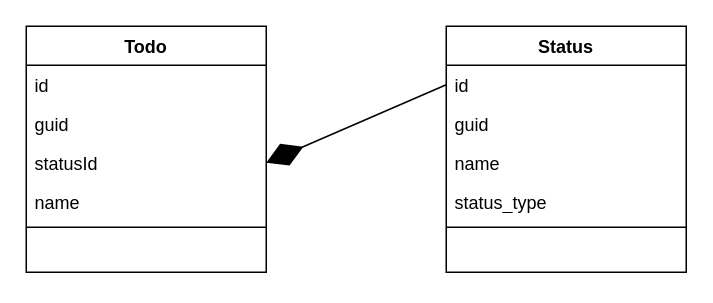
Earlier version of the draw.io diagram src/YatodoModel.drawio (jamesclair/yatodo). Source tidied: cells renumbered, new cells numbered last; positions are measured from the earlier drawing's top-left corner, leaving out a move shared by most shapes. Both pictures are drawn from the tidied source at 150%, with x=0, y=0 at pixel (26, 26).
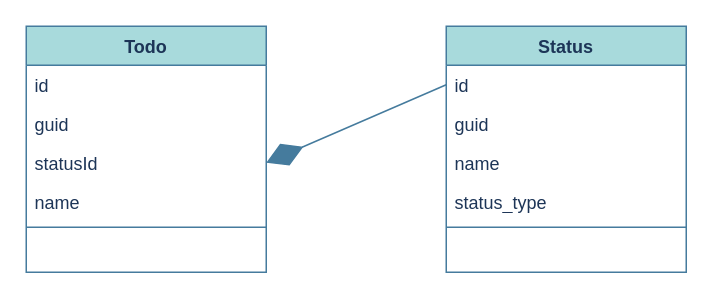
The same diagram, later.

Change to the diagram source:
```diff
@@
 <mxGraphModel>
   <root>
     <mxCell id="0" />
     <mxCell id="1" parent="0" />
-    <mxCell id="2" value="Todo" style="swimlane;fontStyle=1;align=center;verticalAlign=top;horizontal=1;startSize=26;whiteSpace=wrap;html=1;" parent="1" vertex="1">
+    <mxCell id="2" value="Todo" style="swimlane;fontStyle=1;align=center;verticalAlign=top;horizontal=1;startSize=26;whiteSpace=wrap;html=1;labelBackgroundColor=none;fillColor=#A8DADC;strokeColor=#457B9D;fontColor=#1D3557;" parent="1" vertex="1">
       <mxGeometry width="160" height="164" as="geometry" />
     </mxCell>
-    <mxCell id="3" value="id" style="text;strokeColor=none;fillColor=none;align=left;verticalAlign=top;spacingLeft=4;spacingRight=4;overflow=hidden;whiteSpace=wrap;html=1;" parent="2" vertex="1">
+    <mxCell id="3" value="id" style="text;strokeColor=none;fillColor=none;align=left;verticalAlign=top;spacingLeft=4;spacingRight=4;overflow=hidden;whiteSpace=wrap;html=1;labelBackgroundColor=none;fontColor=#1D3557;" parent="2" vertex="1">
       <mxGeometry y="26" width="160" height="26" as="geometry" />
     </mxCell>
-    <mxCell id="4" value="guid" style="text;strokeColor=none;fillColor=none;align=left;verticalAlign=top;spacingLeft=4;spacingRight=4;overflow=hidden;whiteSpace=wrap;html=1;" parent="2" vertex="1">
+    <mxCell id="4" value="guid" style="text;strokeColor=none;fillColor=none;align=left;verticalAlign=top;spacingLeft=4;spacingRight=4;overflow=hidden;whiteSpace=wrap;html=1;labelBackgroundColor=none;fontColor=#1D3557;" parent="2" vertex="1">
       <mxGeometry y="52" width="160" height="26" as="geometry" />
     </mxCell>
-    <mxCell id="5" value="statusId" style="text;strokeColor=none;fillColor=none;align=left;verticalAlign=top;spacingLeft=4;spacingRight=4;overflow=hidden;points=[[0,0.5],[1,0.5]];portConstraint=eastwest;whiteSpace=wrap;html=1;" parent="2" vertex="1">
+    <mxCell id="5" value="statusId" style="text;strokeColor=none;fillColor=none;align=left;verticalAlign=top;spacingLeft=4;spacingRight=4;overflow=hidden;points=[[0,0.5],[1,0.5]];portConstraint=eastwest;whiteSpace=wrap;html=1;labelBackgroundColor=none;fontColor=#1D3557;" parent="2" vertex="1">
       <mxGeometry y="78" width="160" height="26" as="geometry" />
     </mxCell>
-    <mxCell id="6" value="name" style="text;strokeColor=none;fillColor=none;align=left;verticalAlign=top;spacingLeft=4;spacingRight=4;overflow=hidden;whiteSpace=wrap;html=1;" parent="2" vertex="1">
+    <mxCell id="6" value="name" style="text;strokeColor=none;fillColor=none;align=left;verticalAlign=top;spacingLeft=4;spacingRight=4;overflow=hidden;whiteSpace=wrap;html=1;labelBackgroundColor=none;fontColor=#1D3557;" parent="2" vertex="1">
       <mxGeometry y="104" width="160" height="26" as="geometry" />
     </mxCell>
-    <mxCell id="7" style="line;strokeWidth=1;fillColor=none;align=left;verticalAlign=middle;spacingTop=-1;spacingLeft=3;spacingRight=3;labelPosition=right;strokeColor=inherit;" parent="2" vertex="1">
+    <mxCell id="7" style="line;strokeWidth=1;fillColor=none;align=left;verticalAlign=middle;spacingTop=-1;spacingLeft=3;spacingRight=3;labelPosition=right;strokeColor=#457B9D;labelBackgroundColor=none;fontColor=#1D3557;" parent="2" vertex="1">
       <mxGeometry y="130" width="160" height="8" as="geometry" />
     </mxCell>
-    <mxCell id="8" value="&amp;nbsp;" style="text;strokeColor=none;fillColor=none;align=left;verticalAlign=top;spacingLeft=4;spacingRight=4;overflow=hidden;whiteSpace=wrap;html=1;" parent="2" vertex="1">
+    <mxCell id="8" value="&amp;nbsp;" style="text;strokeColor=none;fillColor=none;align=left;verticalAlign=top;spacingLeft=4;spacingRight=4;overflow=hidden;whiteSpace=wrap;html=1;labelBackgroundColor=none;fontColor=#1D3557;" parent="2" vertex="1">
       <mxGeometry y="138" width="160" height="26" as="geometry" />
     </mxCell>
-    <mxCell id="9" value="Status" style="swimlane;fontStyle=1;align=center;verticalAlign=top;horizontal=1;startSize=26;whiteSpace=wrap;html=1;" parent="1" vertex="1">
+    <mxCell id="9" value="Status" style="swimlane;fontStyle=1;align=center;verticalAlign=top;horizontal=1;startSize=26;whiteSpace=wrap;html=1;labelBackgroundColor=none;fillColor=#A8DADC;strokeColor=#457B9D;fontColor=#1D3557;" parent="1" vertex="1">
       <mxGeometry x="280" width="160" height="164" as="geometry" />
     </mxCell>
-    <mxCell id="10" value="id" style="text;strokeColor=none;fillColor=none;align=left;verticalAlign=top;spacingLeft=4;spacingRight=4;overflow=hidden;points=[[0,0.5],[1,0.5]];portConstraint=eastwest;whiteSpace=wrap;html=1;" parent="9" vertex="1">
+    <mxCell id="10" value="id" style="text;strokeColor=none;fillColor=none;align=left;verticalAlign=top;spacingLeft=4;spacingRight=4;overflow=hidden;points=[[0,0.5],[1,0.5]];portConstraint=eastwest;whiteSpace=wrap;html=1;labelBackgroundColor=none;fontColor=#1D3557;" parent="9" vertex="1">
       <mxGeometry y="26" width="160" height="26" as="geometry" />
     </mxCell>
-    <mxCell id="11" value="guid" style="text;strokeColor=none;fillColor=none;align=left;verticalAlign=top;spacingLeft=4;spacingRight=4;overflow=hidden;whiteSpace=wrap;html=1;" parent="9" vertex="1">
+    <mxCell id="11" value="guid" style="text;strokeColor=none;fillColor=none;align=left;verticalAlign=top;spacingLeft=4;spacingRight=4;overflow=hidden;whiteSpace=wrap;html=1;labelBackgroundColor=none;fontColor=#1D3557;" parent="9" vertex="1">
       <mxGeometry y="52" width="160" height="26" as="geometry" />
     </mxCell>
-    <mxCell id="12" value="name" style="text;strokeColor=none;fillColor=none;align=left;verticalAlign=top;spacingLeft=4;spacingRight=4;overflow=hidden;whiteSpace=wrap;html=1;" parent="9" vertex="1">
+    <mxCell id="12" value="name" style="text;strokeColor=none;fillColor=none;align=left;verticalAlign=top;spacingLeft=4;spacingRight=4;overflow=hidden;whiteSpace=wrap;html=1;labelBackgroundColor=none;fontColor=#1D3557;" parent="9" vertex="1">
       <mxGeometry y="78" width="160" height="26" as="geometry" />
     </mxCell>
-    <mxCell id="13" value="status_type" style="text;strokeColor=none;fillColor=none;align=left;verticalAlign=top;spacingLeft=4;spacingRight=4;overflow=hidden;whiteSpace=wrap;html=1;" parent="9" vertex="1">
+    <mxCell id="13" value="status_type" style="text;strokeColor=none;fillColor=none;align=left;verticalAlign=top;spacingLeft=4;spacingRight=4;overflow=hidden;whiteSpace=wrap;html=1;labelBackgroundColor=none;fontColor=#1D3557;" parent="9" vertex="1">
       <mxGeometry y="104" width="160" height="26" as="geometry" />
     </mxCell>
-    <mxCell id="14" style="line;strokeWidth=1;fillColor=none;align=left;verticalAlign=middle;spacingTop=-1;spacingLeft=3;spacingRight=3;labelPosition=right;strokeColor=inherit;" parent="9" vertex="1">
+    <mxCell id="14" style="line;strokeWidth=1;fillColor=none;align=left;verticalAlign=middle;spacingTop=-1;spacingLeft=3;spacingRight=3;labelPosition=right;strokeColor=#457B9D;labelBackgroundColor=none;fontColor=#1D3557;" parent="9" vertex="1">
       <mxGeometry y="130" width="160" height="8" as="geometry" />
     </mxCell>
-    <mxCell id="15" value="&amp;nbsp;" style="text;strokeColor=none;fillColor=none;align=left;verticalAlign=top;spacingLeft=4;spacingRight=4;overflow=hidden;whiteSpace=wrap;html=1;" parent="9" vertex="1">
+    <mxCell id="15" value="&amp;nbsp;" style="text;strokeColor=none;fillColor=none;align=left;verticalAlign=top;spacingLeft=4;spacingRight=4;overflow=hidden;whiteSpace=wrap;html=1;labelBackgroundColor=none;fontColor=#1D3557;" parent="9" vertex="1">
       <mxGeometry y="138" width="160" height="26" as="geometry" />
     </mxCell>
-    <mxCell id="16" style="endArrow=diamondThin;endFill=1;endSize=24;html=1;rounded=0;exitX=0;exitY=0.5;exitDx=0;exitDy=0;entryX=1;entryY=0.5;entryDx=0;entryDy=0;" parent="1" edge="1" source="10" target="5">
+    <mxCell id="16" style="endArrow=diamondThin;endFill=1;endSize=24;html=1;rounded=0;exitX=0;exitY=0.5;exitDx=0;exitDy=0;entryX=1;entryY=0.5;entryDx=0;entryDy=0;labelBackgroundColor=none;strokeColor=#457B9D;fontColor=default;" parent="1" edge="1" source="10" target="5">
       <mxGeometry relative="1" as="geometry" />
     </mxCell>
   </root>
 </mxGraphModel>
```
